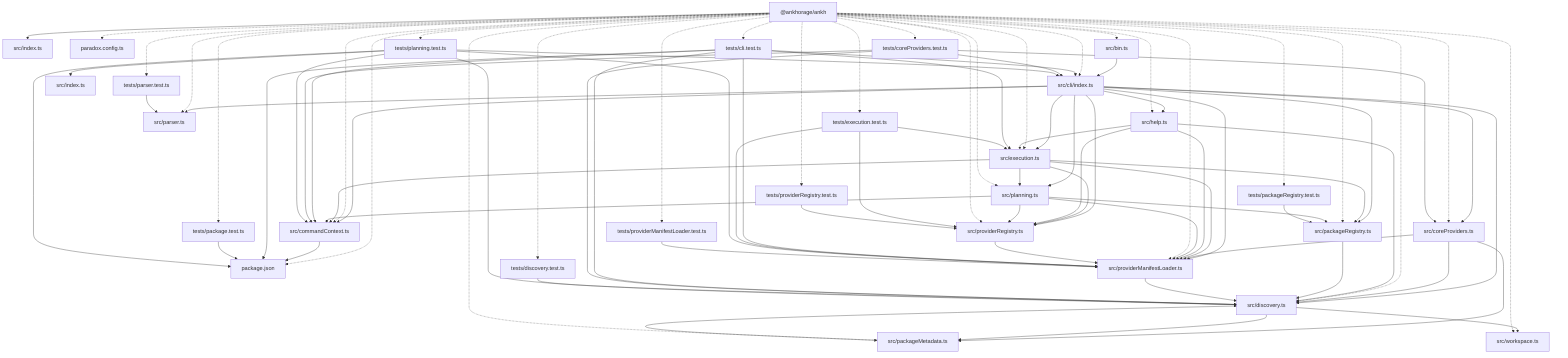
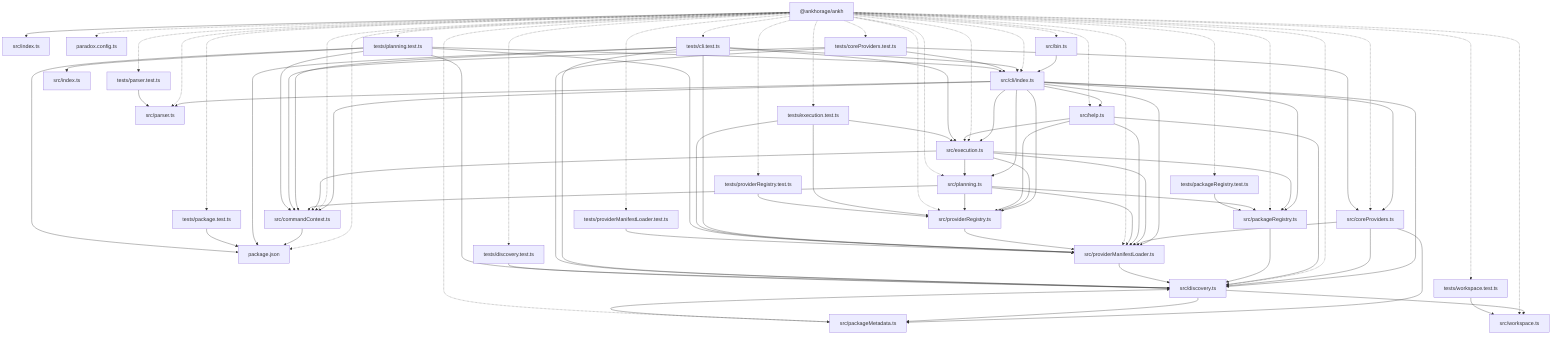
graph TD
  package__ankhorage_ankh["@ankhorage/ankh"]
  entrypoint_src_index_ts["src/index.ts"]
  package__ankhorage_ankh --> entrypoint_src_index_ts
  module_package_json["package.json"]
  package__ankhorage_ankh -.-> module_package_json
  module_paradox_config_ts["paradox.config.ts"]
  package__ankhorage_ankh -.-> module_paradox_config_ts
  module_src_bin_ts["src/bin.ts"]
  package__ankhorage_ankh -.-> module_src_bin_ts
  module_src_bin_ts --> module_src_cli_index_ts
  module_src_cli_index_ts["src/cli/index.ts"]
  package__ankhorage_ankh -.-> module_src_cli_index_ts
  module_src_cli_index_ts --> module_src_commandContext_ts
  module_src_cli_index_ts --> module_src_coreProviders_ts
  module_src_cli_index_ts --> module_src_discovery_ts
  module_src_cli_index_ts --> module_src_execution_ts
  module_src_cli_index_ts --> module_src_help_ts
  module_src_cli_index_ts --> module_src_packageRegistry_ts
  module_src_cli_index_ts --> module_src_parser_ts
  module_src_cli_index_ts --> module_src_planning_ts
  module_src_cli_index_ts --> module_src_providerManifestLoader_ts
  module_src_cli_index_ts --> module_src_providerRegistry_ts
  module_src_commandContext_ts["src/commandContext.ts"]
  package__ankhorage_ankh -.-> module_src_commandContext_ts
  module_src_commandContext_ts --> module_package_json
  module_src_coreProviders_ts["src/coreProviders.ts"]
  package__ankhorage_ankh -.-> module_src_coreProviders_ts
  module_src_coreProviders_ts --> module_src_discovery_ts
  module_src_coreProviders_ts --> module_src_packageMetadata_ts
  module_src_coreProviders_ts --> module_src_providerManifestLoader_ts
  module_src_discovery_ts["src/discovery.ts"]
  package__ankhorage_ankh -.-> module_src_discovery_ts
  module_src_discovery_ts --> module_src_packageMetadata_ts
  module_src_discovery_ts --> module_src_workspace_ts
  module_src_execution_ts["src/execution.ts"]
  package__ankhorage_ankh -.-> module_src_execution_ts
  module_src_execution_ts --> module_src_commandContext_ts
  module_src_execution_ts --> module_src_packageRegistry_ts
  module_src_execution_ts --> module_src_planning_ts
  module_src_execution_ts --> module_src_providerManifestLoader_ts
  module_src_execution_ts --> module_src_providerRegistry_ts
  module_src_help_ts["src/help.ts"]
  package__ankhorage_ankh -.-> module_src_help_ts
  module_src_help_ts --> module_src_discovery_ts
  module_src_help_ts --> module_src_execution_ts
  module_src_help_ts --> module_src_providerManifestLoader_ts
  module_src_help_ts --> module_src_providerRegistry_ts
  module_src_index_ts["src/index.ts"]
  module_src_packageMetadata_ts["src/packageMetadata.ts"]
  package__ankhorage_ankh -.-> module_src_packageMetadata_ts
  module_src_packageMetadata_ts --> module_src_discovery_ts
  module_src_packageRegistry_ts["src/packageRegistry.ts"]
  package__ankhorage_ankh -.-> module_src_packageRegistry_ts
  module_src_packageRegistry_ts --> module_src_discovery_ts
  module_src_parser_ts["src/parser.ts"]
  package__ankhorage_ankh -.-> module_src_parser_ts
  module_src_planning_ts["src/planning.ts"]
  package__ankhorage_ankh -.-> module_src_planning_ts
  module_src_planning_ts --> module_src_commandContext_ts
  module_src_planning_ts --> module_src_packageRegistry_ts
  module_src_planning_ts --> module_src_providerManifestLoader_ts
  module_src_planning_ts --> module_src_providerRegistry_ts
  module_src_providerManifestLoader_ts["src/providerManifestLoader.ts"]
  package__ankhorage_ankh -.-> module_src_providerManifestLoader_ts
  module_src_providerManifestLoader_ts --> module_src_discovery_ts
  module_src_providerRegistry_ts["src/providerRegistry.ts"]
  package__ankhorage_ankh -.-> module_src_providerRegistry_ts
  module_src_providerRegistry_ts --> module_src_providerManifestLoader_ts
  module_src_workspace_ts["src/workspace.ts"]
  package__ankhorage_ankh -.-> module_src_workspace_ts
  module_tests_cli_test_ts["tests/cli.test.ts"]
  package__ankhorage_ankh -.-> module_tests_cli_test_ts
  module_tests_cli_test_ts --> module_package_json
  module_tests_cli_test_ts --> module_src_cli_index_ts
  module_tests_cli_test_ts --> module_src_commandContext_ts
  module_tests_cli_test_ts --> module_src_discovery_ts
  module_tests_cli_test_ts --> module_src_execution_ts
  module_tests_cli_test_ts --> module_src_providerManifestLoader_ts
  module_tests_coreProviders_test_ts["tests/coreProviders.test.ts"]
  package__ankhorage_ankh -.-> module_tests_coreProviders_test_ts
  module_tests_coreProviders_test_ts --> module_src_cli_index_ts
  module_tests_coreProviders_test_ts --> module_src_commandContext_ts
  module_tests_coreProviders_test_ts --> module_src_coreProviders_ts
  module_tests_coreProviders_test_ts --> module_src_discovery_ts
  module_tests_discovery_test_ts["tests/discovery.test.ts"]
  package__ankhorage_ankh -.-> module_tests_discovery_test_ts
  module_tests_discovery_test_ts --> module_src_discovery_ts
  module_tests_execution_test_ts["tests/execution.test.ts"]
  package__ankhorage_ankh -.-> module_tests_execution_test_ts
  module_tests_execution_test_ts --> module_src_execution_ts
  module_tests_execution_test_ts --> module_src_providerManifestLoader_ts
  module_tests_execution_test_ts --> module_src_providerRegistry_ts
  module_tests_package_test_ts["tests/package.test.ts"]
  package__ankhorage_ankh -.-> module_tests_package_test_ts
  module_tests_package_test_ts --> module_package_json
  module_tests_packageRegistry_test_ts["tests/packageRegistry.test.ts"]
  package__ankhorage_ankh -.-> module_tests_packageRegistry_test_ts
  module_tests_packageRegistry_test_ts --> module_src_packageRegistry_ts
  module_tests_parser_test_ts["tests/parser.test.ts"]
  package__ankhorage_ankh -.-> module_tests_parser_test_ts
  module_tests_parser_test_ts --> module_src_parser_ts
  module_tests_planning_test_ts["tests/planning.test.ts"]
  package__ankhorage_ankh -.-> module_tests_planning_test_ts
  module_tests_planning_test_ts --> module_package_json
  module_tests_planning_test_ts --> module_src_cli_index_ts
  module_tests_planning_test_ts --> module_src_commandContext_ts
  module_tests_planning_test_ts --> module_src_discovery_ts
  module_tests_planning_test_ts --> module_src_index_ts
  module_tests_planning_test_ts --> module_src_providerManifestLoader_ts
  module_tests_providerManifestLoader_test_ts["tests/providerManifestLoader.test.ts"]
  package__ankhorage_ankh -.-> module_tests_providerManifestLoader_test_ts
  module_tests_providerManifestLoader_test_ts --> module_src_providerManifestLoader_ts
  module_tests_providerRegistry_test_ts["tests/providerRegistry.test.ts"]
  package__ankhorage_ankh -.-> module_tests_providerRegistry_test_ts
  module_tests_providerRegistry_test_ts --> module_src_providerRegistry_ts
+   module_tests_workspace_test_ts["tests/workspace.test.ts"]
+   package__ankhorage_ankh -.-> module_tests_workspace_test_ts
+   module_tests_workspace_test_ts --> module_src_workspace_ts
